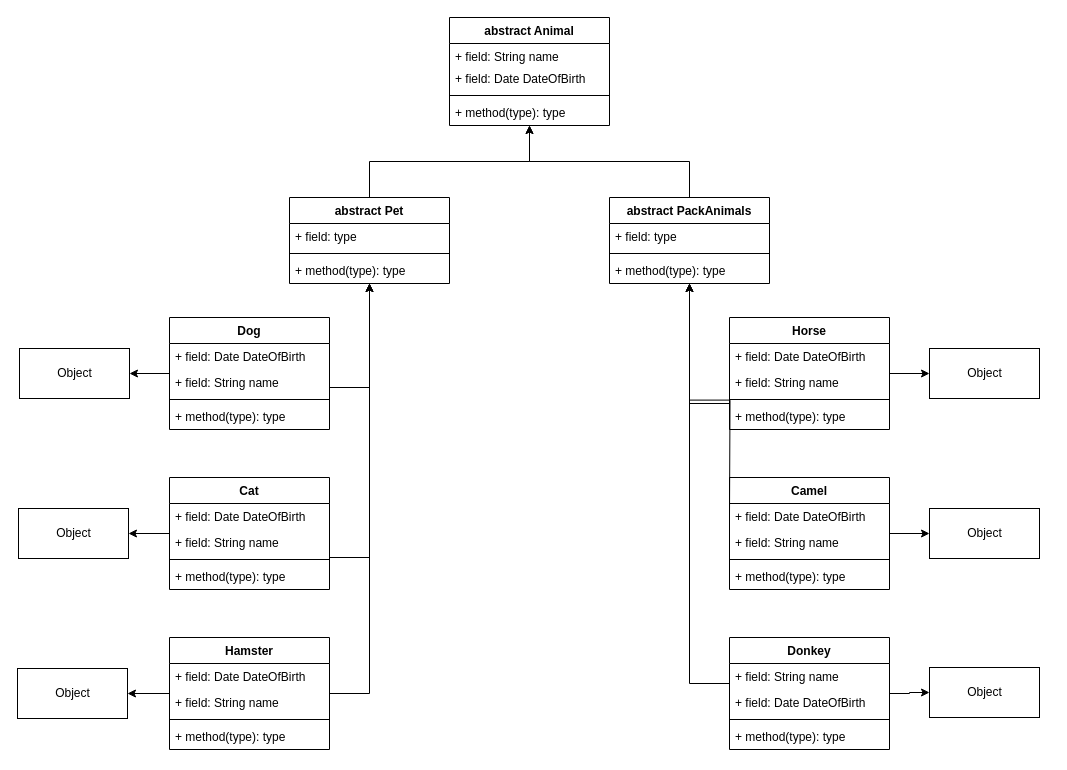
Above: NurseryScheme.drawio in Brightvl/Nursery (draw.io), before the change. Source tidied: cells renumbered, new cells numbered last; positions are measured from the earlier drawing's top-left corner, leaving out a move shared by most shapes. Both pictures are drawn from the tidied source at 100%, with x=0, y=0 at pixel (17, 17).
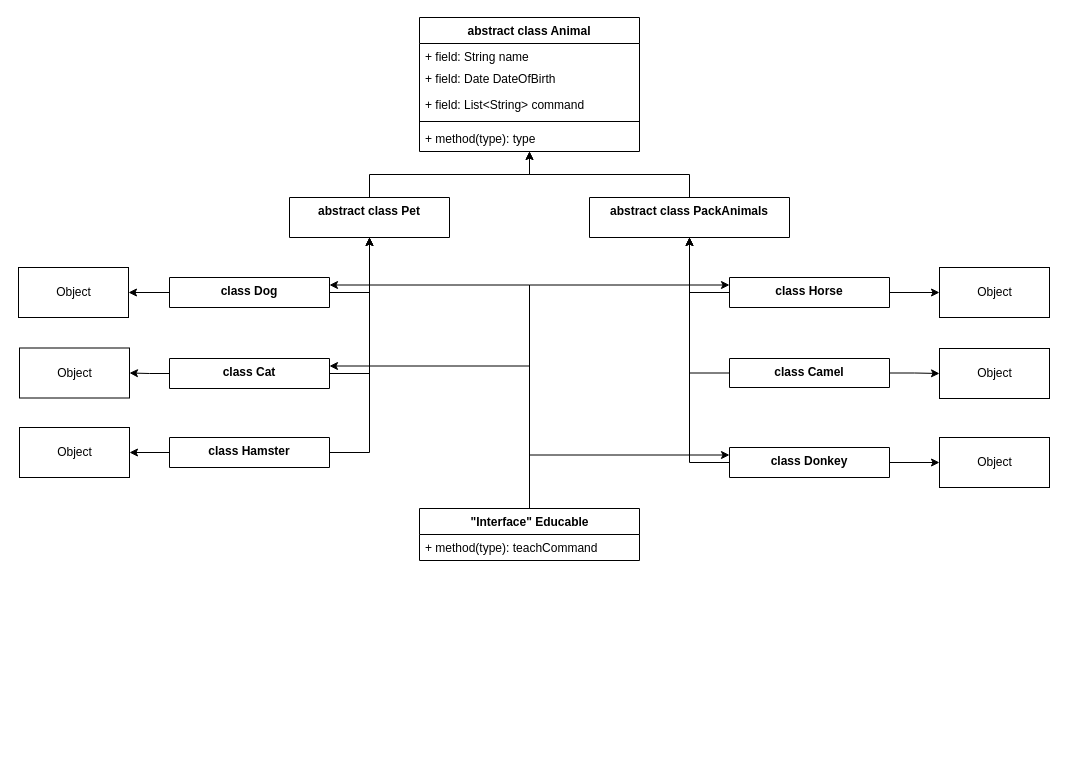
After the change.

What changed in the source:
```diff
@@
-    <mxCell id="2" value="abstract Animal" style="swimlane;fontStyle=1;align=center;verticalAlign=top;horizontal=1;startSize=26;strokeColor=default;" parent="1" vertex="1">
-      <mxGeometry x="432" width="160" height="108" as="geometry" />
+    <mxCell id="2" value="abstract class Animal" style="swimlane;fontStyle=1;align=center;verticalAlign=top;horizontal=1;startSize=26;strokeColor=default;" parent="1" vertex="1">
+      <mxGeometry x="402" width="220" height="134" as="geometry" />
     </mxCell>
     <mxCell id="3" value="+ field: String name" style="text;strokeColor=none;fillColor=none;align=left;verticalAlign=top;spacingLeft=4;spacingRight=4;overflow=hidden;" parent="2" vertex="1">
-      <mxGeometry y="26" width="160" height="22" as="geometry" />
+      <mxGeometry y="26" width="220" height="22" as="geometry" />
     </mxCell>
     <mxCell id="4" value="+ field: Date DateOfBirth" style="text;strokeColor=none;fillColor=none;align=left;verticalAlign=top;spacingLeft=4;spacingRight=4;overflow=hidden;" parent="2" vertex="1">
-      <mxGeometry y="48" width="160" height="26" as="geometry" />
+      <mxGeometry y="48" width="220" height="26" as="geometry" />
     </mxCell>
+    <mxCell id="65" value="+ field: List&lt;String&gt; command" style="text;strokeColor=none;fillColor=none;align=left;verticalAlign=top;spacingLeft=4;spacingRight=4;overflow=hidden;" parent="2" vertex="1">
+      <mxGeometry y="74" width="220" height="26" as="geometry" />
+    </mxCell>
     <mxCell id="5" style="line;strokeWidth=1;fillColor=none;align=left;verticalAlign=middle;spacingTop=-1;spacingLeft=3;spacingRight=3;labelPosition=right;strokeColor=inherit;" parent="2" vertex="1">
-      <mxGeometry y="74" width="160" height="8" as="geometry" />
+      <mxGeometry y="100" width="220" height="8" as="geometry" />
     </mxCell>
     <mxCell id="6" value="+ method(type): type" style="text;strokeColor=none;fillColor=none;align=left;verticalAlign=top;spacingLeft=4;spacingRight=4;overflow=hidden;" parent="2" vertex="1">
-      <mxGeometry y="82" width="160" height="26" as="geometry" />
+      <mxGeometry y="108" width="220" height="26" as="geometry" />
     </mxCell>
@@
-    <mxCell id="8" value="abstract Pet&#10;" style="swimlane;fontStyle=1;align=center;verticalAlign=top;horizontal=1;startSize=26;" parent="1" vertex="1">
-      <mxGeometry x="272" y="180" width="160" height="86" as="geometry" />
+    <mxCell id="8" value="abstract class Pet&#10;" style="swimlane;fontStyle=1;align=center;verticalAlign=top;horizontal=1;startSize=50;" parent="1" vertex="1">
+      <mxGeometry x="272" y="180" width="160" height="40" as="geometry" />
     </mxCell>
-    <mxCell id="9" value="+ field: type" style="text;strokeColor=none;fillColor=none;align=left;verticalAlign=top;spacingLeft=4;spacingRight=4;overflow=hidden;" parent="8" vertex="1">
-      <mxGeometry y="26" width="160" height="26" as="geometry" />
-    </mxCell>
-    <mxCell id="10" style="line;strokeWidth=1;fillColor=none;align=left;verticalAlign=middle;spacingTop=-1;spacingLeft=3;spacingRight=3;labelPosition=right;strokeColor=inherit;" parent="8" vertex="1">
-      <mxGeometry y="52" width="160" height="8" as="geometry" />
-    </mxCell>
-    <mxCell id="11" value="+ method(type): type" style="text;strokeColor=none;fillColor=none;align=left;verticalAlign=top;spacingLeft=4;spacingRight=4;overflow=hidden;" parent="8" vertex="1">
-      <mxGeometry y="60" width="160" height="26" as="geometry" />
-    </mxCell>
@@
-    <mxCell id="13" value="abstract PackAnimals" style="swimlane;fontStyle=1;align=center;verticalAlign=top;horizontal=1;startSize=26;" parent="1" vertex="1">
-      <mxGeometry x="592" y="180" width="160" height="86" as="geometry" />
+    <mxCell id="13" value="abstract class PackAnimals" style="swimlane;fontStyle=1;align=center;verticalAlign=top;horizontal=1;startSize=40;" parent="1" vertex="1">
+      <mxGeometry x="572" y="180" width="200" height="40" as="geometry" />
     </mxCell>
-    <mxCell id="14" value="+ field: type" style="text;strokeColor=none;fillColor=none;align=left;verticalAlign=top;spacingLeft=4;spacingRight=4;overflow=hidden;" parent="13" vertex="1">
-      <mxGeometry y="26" width="160" height="26" as="geometry" />
-    </mxCell>
-    <mxCell id="15" style="line;strokeWidth=1;fillColor=none;align=left;verticalAlign=middle;spacingTop=-1;spacingLeft=3;spacingRight=3;labelPosition=right;strokeColor=inherit;" parent="13" vertex="1">
-      <mxGeometry y="52" width="160" height="8" as="geometry" />
-    </mxCell>
-    <mxCell id="16" value="+ method(type): type" style="text;strokeColor=none;fillColor=none;align=left;verticalAlign=top;spacingLeft=4;spacingRight=4;overflow=hidden;" parent="13" vertex="1">
-      <mxGeometry y="60" width="160" height="26" as="geometry" />
-    </mxCell>
-    <mxCell id="17" style="edgeStyle=orthogonalEdgeStyle;rounded=0;jettySize=auto;html=1;" parent="1" edge="1" source="19" target="8">
+    <mxCell id="17" style="edgeStyle=orthogonalEdgeStyle;rounded=0;jettySize=auto;html=1;fontFamily=Helvetica;fontSize=12;fontColor=default;" parent="1" edge="1" source="19" target="8">
       <mxGeometry relative="1" as="geometry">
         <Array as="points">
-          <mxPoint x="352" y="370" />
+          <mxPoint x="352" y="275" />
         </Array>
       </mxGeometry>
     </mxCell>
-    <mxCell id="18" style="edgeStyle=orthogonalEdgeStyle;rounded=0;jettySize=auto;html=1;" parent="1" edge="1" source="19" target="59">
+    <mxCell id="18" style="edgeStyle=orthogonalEdgeStyle;rounded=0;jettySize=auto;html=1;fontFamily=Helvetica;fontSize=12;fontColor=default;" parent="1" edge="1" source="19" target="59">
       <mxGeometry relative="1" as="geometry" />
     </mxCell>
-    <mxCell id="19" value="Dog" style="swimlane;fontStyle=1;align=center;verticalAlign=top;horizontal=1;startSize=26;" parent="1" vertex="1">
-      <mxGeometry x="152" y="300" width="160" height="112" as="geometry" />
+    <mxCell id="19" value="class Dog" style="swimlane;fontStyle=1;align=center;verticalAlign=top;horizontal=1;startSize=34;" parent="1" vertex="1">
+      <mxGeometry x="152" y="260" width="160" height="30" as="geometry" />
     </mxCell>
-    <mxCell id="20" value="+ field: Date DateOfBirth" style="text;strokeColor=none;fillColor=none;align=left;verticalAlign=top;spacingLeft=4;spacingRight=4;overflow=hidden;" parent="19" vertex="1">
-      <mxGeometry y="26" width="160" height="26" as="geometry" />
-    </mxCell>
-    <mxCell id="21" value="+ field: String name" style="text;strokeColor=none;fillColor=none;align=left;verticalAlign=top;spacingLeft=4;spacingRight=4;overflow=hidden;" parent="19" vertex="1">
-      <mxGeometry y="52" width="160" height="26" as="geometry" />
-    </mxCell>
-    <mxCell id="22" style="line;strokeWidth=1;fillColor=none;align=left;verticalAlign=middle;spacingTop=-1;spacingLeft=3;spacingRight=3;labelPosition=right;strokeColor=inherit;" parent="19" vertex="1">
-      <mxGeometry y="78" width="160" height="8" as="geometry" />
-    </mxCell>
-    <mxCell id="23" value="+ method(type): type" style="text;strokeColor=none;fillColor=none;align=left;verticalAlign=top;spacingLeft=4;spacingRight=4;overflow=hidden;" parent="19" vertex="1">
-      <mxGeometry y="86" width="160" height="26" as="geometry" />
-    </mxCell>
-    <mxCell id="24" style="edgeStyle=orthogonalEdgeStyle;rounded=0;jettySize=auto;html=1;" parent="1" edge="1" source="26" target="8">
-      <mxGeometry relative="1" as="geometry">
-        <Array as="points">
-          <mxPoint x="352" y="540" />
-        </Array>
-      </mxGeometry>
-    </mxCell>
-    <mxCell id="25" style="edgeStyle=orthogonalEdgeStyle;rounded=0;jettySize=auto;html=1;" parent="1" edge="1" source="26" target="60">
-      <mxGeometry relative="1" as="geometry" />
-    </mxCell>
-    <mxCell id="26" value="Cat" style="swimlane;fontStyle=1;align=center;verticalAlign=top;horizontal=1;startSize=26;" parent="1" vertex="1">
-      <mxGeometry x="152" y="460" width="160" height="112" as="geometry" />
-    </mxCell>
-    <mxCell id="27" value="+ field: Date DateOfBirth" style="text;strokeColor=none;fillColor=none;align=left;verticalAlign=top;spacingLeft=4;spacingRight=4;overflow=hidden;" parent="26" vertex="1">
-      <mxGeometry y="26" width="160" height="26" as="geometry" />
-    </mxCell>
-    <mxCell id="28" value="+ field: String name" style="text;strokeColor=none;fillColor=none;align=left;verticalAlign=top;spacingLeft=4;spacingRight=4;overflow=hidden;" parent="26" vertex="1">
-      <mxGeometry y="52" width="160" height="26" as="geometry" />
-    </mxCell>
-    <mxCell id="29" style="line;strokeWidth=1;fillColor=none;align=left;verticalAlign=middle;spacingTop=-1;spacingLeft=3;spacingRight=3;labelPosition=right;strokeColor=inherit;" parent="26" vertex="1">
-      <mxGeometry y="78" width="160" height="8" as="geometry" />
-    </mxCell>
-    <mxCell id="30" value="+ method(type): type" style="text;strokeColor=none;fillColor=none;align=left;verticalAlign=top;spacingLeft=4;spacingRight=4;overflow=hidden;" parent="26" vertex="1">
-      <mxGeometry y="86" width="160" height="26" as="geometry" />
-    </mxCell>
-    <mxCell id="31" style="edgeStyle=orthogonalEdgeStyle;rounded=0;jettySize=auto;html=1;" parent="1" edge="1" source="33" target="8">
+    <mxCell id="31" style="edgeStyle=orthogonalEdgeStyle;rounded=0;jettySize=auto;html=1;fontFamily=Helvetica;fontSize=12;fontColor=default;" parent="1" edge="1" source="33" target="8">
       <mxGeometry relative="1" as="geometry">
         <Array as="points">
-          <mxPoint x="352" y="676" />
+          <mxPoint x="352" y="435" />
         </Array>
       </mxGeometry>
     </mxCell>
-    <mxCell id="32" style="edgeStyle=orthogonalEdgeStyle;rounded=0;jettySize=auto;html=1;" parent="1" edge="1" source="33" target="61">
+    <mxCell id="32" style="edgeStyle=orthogonalEdgeStyle;rounded=0;jettySize=auto;html=1;fontFamily=Helvetica;fontSize=12;fontColor=default;" parent="1" edge="1" source="33" target="61">
       <mxGeometry relative="1" as="geometry" />
     </mxCell>
-    <mxCell id="33" value="Hamster" style="swimlane;fontStyle=1;align=center;verticalAlign=top;horizontal=1;startSize=26;" parent="1" vertex="1">
-      <mxGeometry x="152" y="620" width="160" height="112" as="geometry" />
+    <mxCell id="33" value="class Hamster" style="swimlane;fontStyle=1;align=center;verticalAlign=top;horizontal=1;startSize=30;" parent="1" vertex="1">
+      <mxGeometry x="152" y="420" width="160" height="30" as="geometry" />
     </mxCell>
-    <mxCell id="34" value="+ field: Date DateOfBirth" style="text;strokeColor=none;fillColor=none;align=left;verticalAlign=top;spacingLeft=4;spacingRight=4;overflow=hidden;" parent="33" vertex="1">
-      <mxGeometry y="26" width="160" height="26" as="geometry" />
-    </mxCell>
-    <mxCell id="35" value="+ field: String name" style="text;strokeColor=none;fillColor=none;align=left;verticalAlign=top;spacingLeft=4;spacingRight=4;overflow=hidden;" parent="33" vertex="1">
-      <mxGeometry y="52" width="160" height="26" as="geometry" />
-    </mxCell>
-    <mxCell id="36" style="line;strokeWidth=1;fillColor=none;align=left;verticalAlign=middle;spacingTop=-1;spacingLeft=3;spacingRight=3;labelPosition=right;strokeColor=inherit;" parent="33" vertex="1">
-      <mxGeometry y="78" width="160" height="8" as="geometry" />
-    </mxCell>
-    <mxCell id="37" value="+ method(type): type" style="text;strokeColor=none;fillColor=none;align=left;verticalAlign=top;spacingLeft=4;spacingRight=4;overflow=hidden;" parent="33" vertex="1">
-      <mxGeometry y="86" width="160" height="26" as="geometry" />
-    </mxCell>
+    <mxCell id="39" style="edgeStyle=orthogonalEdgeStyle;rounded=0;jettySize=auto;html=1;fontFamily=Helvetica;fontSize=12;fontColor=default;" parent="1" edge="1" source="40" target="62">
+      <mxGeometry relative="1" as="geometry" />
+    </mxCell>
-    <mxCell id="38" style="edgeStyle=orthogonalEdgeStyle;rounded=0;jettySize=auto;html=1;" parent="1" edge="1" source="40" target="13">
+    <mxCell id="38" style="edgeStyle=orthogonalEdgeStyle;rounded=0;jettySize=auto;html=1;fontFamily=Helvetica;fontSize=12;fontColor=default;" parent="1" edge="1" source="40" target="13">
       <mxGeometry relative="1" as="geometry">
         <Array as="points">
-          <mxPoint x="672" y="386" />
+          <mxPoint x="672" y="275" />
         </Array>
       </mxGeometry>
     </mxCell>
-    <mxCell id="39" style="edgeStyle=orthogonalEdgeStyle;rounded=0;jettySize=auto;html=1;" parent="1" edge="1" source="40" target="62">
-      <mxGeometry relative="1" as="geometry" />
-    </mxCell>
-    <mxCell id="40" value="Horse" style="swimlane;fontStyle=1;align=center;verticalAlign=top;horizontal=1;startSize=26;" parent="1" vertex="1">
-      <mxGeometry x="712" y="300" width="160" height="112" as="geometry" />
+    <mxCell id="40" value="class Horse" style="swimlane;fontStyle=1;align=center;verticalAlign=top;horizontal=1;startSize=34;" parent="1" vertex="1">
+      <mxGeometry x="712" y="260" width="160" height="30" as="geometry" />
     </mxCell>
-    <mxCell id="41" value="+ field: Date DateOfBirth" style="text;strokeColor=none;fillColor=none;align=left;verticalAlign=top;spacingLeft=4;spacingRight=4;overflow=hidden;" parent="40" vertex="1">
-      <mxGeometry y="26" width="160" height="26" as="geometry" />
-    </mxCell>
-    <mxCell id="42" value="+ field: String name" style="text;strokeColor=none;fillColor=none;align=left;verticalAlign=top;spacingLeft=4;spacingRight=4;overflow=hidden;" parent="40" vertex="1">
-      <mxGeometry y="52" width="160" height="26" as="geometry" />
-    </mxCell>
-    <mxCell id="43" style="line;strokeWidth=1;fillColor=none;align=left;verticalAlign=middle;spacingTop=-1;spacingLeft=3;spacingRight=3;labelPosition=right;strokeColor=inherit;" parent="40" vertex="1">
-      <mxGeometry y="78" width="160" height="8" as="geometry" />
-    </mxCell>
-    <mxCell id="44" value="+ method(type): type" style="text;strokeColor=none;fillColor=none;align=left;verticalAlign=top;spacingLeft=4;spacingRight=4;overflow=hidden;" parent="40" vertex="1">
-      <mxGeometry y="86" width="160" height="26" as="geometry" />
-    </mxCell>
-    <mxCell id="45" style="edgeStyle=orthogonalEdgeStyle;rounded=0;jettySize=auto;html=1;" parent="1" edge="1" source="46" target="63">
+    <mxCell id="45" style="edgeStyle=orthogonalEdgeStyle;rounded=0;jettySize=auto;html=1;fontFamily=Helvetica;fontSize=12;fontColor=default;" parent="1" edge="1" source="46" target="63">
       <mxGeometry relative="1" as="geometry" />
     </mxCell>
+    <mxCell id="66" style="edgeStyle=orthogonalEdgeStyle;rounded=0;jettySize=auto;html=1;fontFamily=Helvetica;fontSize=12;fontColor=default;" parent="1" edge="1" source="46" target="13">
+      <mxGeometry relative="1" as="geometry">
+        <Array as="points">
+          <mxPoint x="672" y="356" />
+        </Array>
+      </mxGeometry>
+    </mxCell>
-    <mxCell id="46" value="Camel" style="swimlane;fontStyle=1;align=center;verticalAlign=top;horizontal=1;startSize=26;" parent="1" vertex="1">
-      <mxGeometry x="712" y="460" width="160" height="112" as="geometry" />
+    <mxCell id="46" value="class Camel" style="swimlane;fontStyle=1;align=center;verticalAlign=top;horizontal=1;startSize=49;" parent="1" vertex="1">
+      <mxGeometry x="712" y="341" width="160" height="29" as="geometry" />
     </mxCell>
-    <mxCell id="47" value="+ field: Date DateOfBirth" style="text;strokeColor=none;fillColor=none;align=left;verticalAlign=top;spacingLeft=4;spacingRight=4;overflow=hidden;" parent="46" vertex="1">
-      <mxGeometry y="26" width="160" height="26" as="geometry" />
-    </mxCell>
-    <mxCell id="48" value="+ field: String name" style="text;strokeColor=none;fillColor=none;align=left;verticalAlign=top;spacingLeft=4;spacingRight=4;overflow=hidden;" parent="46" vertex="1">
-      <mxGeometry y="52" width="160" height="26" as="geometry" />
-    </mxCell>
-    <mxCell id="49" style="line;strokeWidth=1;fillColor=none;align=left;verticalAlign=middle;spacingTop=-1;spacingLeft=3;spacingRight=3;labelPosition=right;strokeColor=inherit;" parent="46" vertex="1">
-      <mxGeometry y="78" width="160" height="8" as="geometry" />
-    </mxCell>
-    <mxCell id="50" value="+ method(type): type" style="text;strokeColor=none;fillColor=none;align=left;verticalAlign=top;spacingLeft=4;spacingRight=4;overflow=hidden;" parent="46" vertex="1">
-      <mxGeometry y="86" width="160" height="26" as="geometry" />
-    </mxCell>
+    <mxCell id="52" style="edgeStyle=orthogonalEdgeStyle;rounded=0;jettySize=auto;html=1;fontFamily=Helvetica;fontSize=12;fontColor=default;" parent="1" edge="1" source="53" target="64">
+      <mxGeometry relative="1" as="geometry" />
+    </mxCell>
-    <mxCell id="51" style="edgeStyle=orthogonalEdgeStyle;rounded=0;jettySize=auto;html=1;" parent="1" edge="1" source="53" target="13">
+    <mxCell id="51" style="edgeStyle=orthogonalEdgeStyle;rounded=0;jettySize=auto;html=1;fontFamily=Helvetica;fontSize=12;fontColor=default;" parent="1" edge="1" source="53" target="13">
       <mxGeometry relative="1" as="geometry">
         <Array as="points">
-          <mxPoint x="672" y="666" />
+          <mxPoint x="672" y="445" />
         </Array>
       </mxGeometry>
     </mxCell>
-    <mxCell id="52" style="edgeStyle=orthogonalEdgeStyle;rounded=0;jettySize=auto;html=1;" parent="1" edge="1" source="53" target="64">
-      <mxGeometry relative="1" as="geometry" />
-    </mxCell>
-    <mxCell id="53" value="Donkey" style="swimlane;fontStyle=1;align=center;verticalAlign=top;horizontal=1;startSize=26;" parent="1" vertex="1">
-      <mxGeometry x="712" y="620" width="160" height="112" as="geometry" />
+    <mxCell id="53" value="class Donkey" style="swimlane;fontStyle=1;align=center;verticalAlign=top;horizontal=1;startSize=40;" parent="1" vertex="1">
+      <mxGeometry x="712" y="430" width="160" height="30" as="geometry" />
     </mxCell>
-    <mxCell id="54" value="+ field: String name" style="text;strokeColor=none;fillColor=none;align=left;verticalAlign=top;spacingLeft=4;spacingRight=4;overflow=hidden;" parent="53" vertex="1">
-      <mxGeometry y="26" width="160" height="26" as="geometry" />
-    </mxCell>
-    <mxCell id="55" value="+ field: Date DateOfBirth" style="text;strokeColor=none;fillColor=none;align=left;verticalAlign=top;spacingLeft=4;spacingRight=4;overflow=hidden;" parent="53" vertex="1">
-      <mxGeometry y="52" width="160" height="26" as="geometry" />
-    </mxCell>
-    <mxCell id="56" style="line;strokeWidth=1;fillColor=none;align=left;verticalAlign=middle;spacingTop=-1;spacingLeft=3;spacingRight=3;labelPosition=right;strokeColor=inherit;" parent="53" vertex="1">
-      <mxGeometry y="78" width="160" height="8" as="geometry" />
-    </mxCell>
-    <mxCell id="57" value="+ method(type): type" style="text;strokeColor=none;fillColor=none;align=left;verticalAlign=top;spacingLeft=4;spacingRight=4;overflow=hidden;" parent="53" vertex="1">
-      <mxGeometry y="86" width="160" height="26" as="geometry" />
-    </mxCell>
-    <mxCell id="58" style="edgeStyle=orthogonalEdgeStyle;rounded=0;jettySize=auto;html=1;" parent="1" edge="1" target="13">
-      <mxGeometry relative="1" as="geometry">
-        <mxPoint x="712" y="499.1" as="sourcePoint" />
-      </mxGeometry>
-    </mxCell>
     <mxCell id="59" value="Object" style="html=1;strokeColor=default;" parent="1" vertex="1">
-      <mxGeometry x="2" y="331" width="110" height="50" as="geometry" />
+      <mxGeometry x="1" y="250" width="110" height="50" as="geometry" />
     </mxCell>
     <mxCell id="60" value="Object" style="html=1;strokeColor=default;" parent="1" vertex="1">
-      <mxGeometry x="1" y="491" width="110" height="50" as="geometry" />
+      <mxGeometry x="2" y="330.5" width="110" height="50" as="geometry" />
     </mxCell>
     <mxCell id="61" value="Object" style="html=1;strokeColor=default;" parent="1" vertex="1">
-      <mxGeometry y="651" width="110" height="50" as="geometry" />
+      <mxGeometry x="2" y="410" width="110" height="50" as="geometry" />
     </mxCell>
     <mxCell id="62" value="Object" style="html=1;strokeColor=default;" parent="1" vertex="1">
-      <mxGeometry x="912" y="331" width="110" height="50" as="geometry" />
+      <mxGeometry x="922" y="250" width="110" height="50" as="geometry" />
     </mxCell>
     <mxCell id="63" value="Object" style="html=1;strokeColor=default;" parent="1" vertex="1">
-      <mxGeometry x="912" y="491" width="110" height="50" as="geometry" />
+      <mxGeometry x="922" y="331" width="110" height="50" as="geometry" />
     </mxCell>
     <mxCell id="64" value="Object" style="html=1;strokeColor=default;" parent="1" vertex="1">
-      <mxGeometry x="912" y="650" width="110" height="50" as="geometry" />
+      <mxGeometry x="922" y="420" width="110" height="50" as="geometry" />
     </mxCell>
+    <mxCell id="67" style="edgeStyle=orthogonalEdgeStyle;rounded=0;jettySize=auto;html=1;entryX=1;entryY=0.25;entryDx=0;entryDy=0;fontFamily=Helvetica;fontSize=12;fontColor=default;" parent="1" edge="1" source="71" target="26">
+      <mxGeometry relative="1" as="geometry">
+        <Array as="points">
+          <mxPoint x="512" y="348" />
+        </Array>
+      </mxGeometry>
+    </mxCell>
+    <mxCell id="68" style="edgeStyle=orthogonalEdgeStyle;rounded=0;jettySize=auto;html=1;entryX=1;entryY=0.25;entryDx=0;entryDy=0;fontFamily=Helvetica;fontSize=12;fontColor=default;" parent="1" edge="1" source="71" target="19">
+      <mxGeometry relative="1" as="geometry">
+        <Array as="points">
+          <mxPoint x="512" y="268" />
+        </Array>
+      </mxGeometry>
+    </mxCell>
+    <mxCell id="69" style="edgeStyle=orthogonalEdgeStyle;rounded=0;jettySize=auto;html=1;entryX=0;entryY=0.25;entryDx=0;entryDy=0;fontFamily=Helvetica;fontSize=12;fontColor=default;" parent="1" edge="1" source="71" target="40">
+      <mxGeometry relative="1" as="geometry">
+        <Array as="points">
+          <mxPoint x="512" y="268" />
+        </Array>
+      </mxGeometry>
+    </mxCell>
+    <mxCell id="70" style="edgeStyle=orthogonalEdgeStyle;rounded=0;jettySize=auto;html=1;entryX=0;entryY=0.25;entryDx=0;entryDy=0;fontFamily=Helvetica;fontSize=12;fontColor=default;" parent="1" edge="1" source="71" target="53">
+      <mxGeometry relative="1" as="geometry">
+        <Array as="points">
+          <mxPoint x="512" y="438" />
+        </Array>
+      </mxGeometry>
+    </mxCell>
+    <mxCell id="71" value="&quot;Interface&quot; Educable" style="swimlane;fontStyle=1;align=center;verticalAlign=top;horizontal=1;startSize=26;strokeColor=default;fontFamily=Helvetica;fontSize=12;fontColor=default;fillColor=default;html=1;" parent="1" vertex="1">
+      <mxGeometry x="402" y="491" width="220" height="52" as="geometry" />
+    </mxCell>
+    <mxCell id="72" value="+ method(type): tеachCommand" style="text;strokeColor=none;fillColor=none;align=left;verticalAlign=top;spacingLeft=4;spacingRight=4;overflow=hidden;fontFamily=Helvetica;fontSize=12;fontColor=default;html=1;" parent="71" vertex="1">
+      <mxGeometry y="26" width="220" height="26" as="geometry" />
+    </mxCell>
+    <mxCell id="24" style="edgeStyle=orthogonalEdgeStyle;rounded=0;jettySize=auto;html=1;fontFamily=Helvetica;fontSize=12;fontColor=default;" parent="1" edge="1" source="26" target="8">
+      <mxGeometry relative="1" as="geometry">
+        <Array as="points">
+          <mxPoint x="352" y="356" />
+        </Array>
+      </mxGeometry>
+    </mxCell>
+    <mxCell id="25" style="edgeStyle=orthogonalEdgeStyle;rounded=0;jettySize=auto;html=1;fontFamily=Helvetica;fontSize=12;fontColor=default;" parent="1" edge="1" source="26" target="60">
+      <mxGeometry relative="1" as="geometry" />
+    </mxCell>
+    <mxCell id="26" value="class Cat" style="swimlane;fontStyle=1;align=center;verticalAlign=top;horizontal=1;startSize=34;" parent="1" vertex="1">
+      <mxGeometry x="152" y="341" width="160" height="30" as="geometry" />
+    </mxCell>
```
